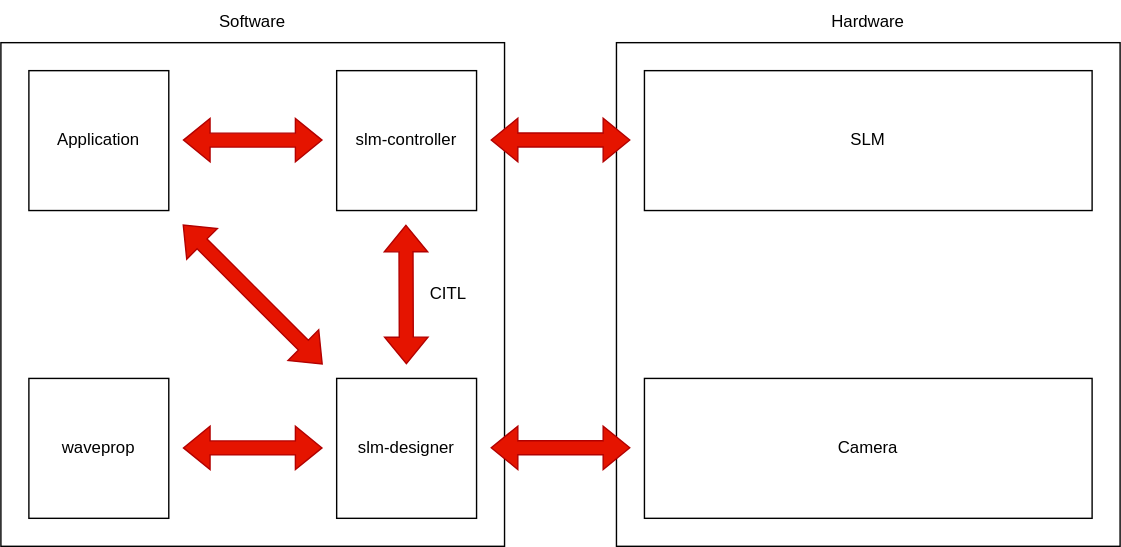
The draw.io diagram documentation/images/structure.svg in nbaehler/mask-designer, before a commit. Source tidied: cells renumbered, new cells last; positions are measured from the earlier drawing's top-left corner, leaving out a move shared by most shapes. Its diagram source:
```xml
<mxGraphModel>
  <root>
    <mxCell id="0" />
    <mxCell id="1" parent="0" />
    <mxCell id="2" style="rounded=0;whiteSpace=wrap;html=1;fillColor=none;" parent="1" vertex="1">
      <mxGeometry y="30" width="360" height="360" as="geometry" />
    </mxCell>
    <mxCell id="3" style="shape=flexArrow;endArrow=classic;startArrow=classic;html=1;rounded=0;fillColor=#e51400;strokeColor=#B20000;" parent="1" edge="1">
      <mxGeometry relative="1" as="geometry">
        <mxPoint x="289.8" y="260" as="sourcePoint" />
        <mxPoint x="289.5" y="160" as="targetPoint" />
      </mxGeometry>
    </mxCell>
    <mxCell id="4" style="shape=flexArrow;endArrow=classic;startArrow=classic;html=1;rounded=0;fillColor=#e51400;strokeColor=#B20000;" parent="1" edge="1">
      <mxGeometry relative="1" as="geometry">
        <mxPoint x="230" y="99.7" as="sourcePoint" />
        <mxPoint x="130" y="99.7" as="targetPoint" />
      </mxGeometry>
    </mxCell>
    <mxCell id="5" style="shape=flexArrow;endArrow=classic;startArrow=classic;html=1;rounded=0;fillColor=#e51400;strokeColor=#B20000;" parent="1" edge="1">
      <mxGeometry relative="1" as="geometry">
        <mxPoint x="230" y="319.7" as="sourcePoint" />
        <mxPoint x="130" y="319.7" as="targetPoint" />
      </mxGeometry>
    </mxCell>
    <mxCell id="6" style="shape=flexArrow;endArrow=classic;startArrow=classic;html=1;rounded=0;fillColor=#e51400;strokeColor=#B20000;" parent="1" edge="1">
      <mxGeometry relative="1" as="geometry">
        <mxPoint x="230" y="260" as="sourcePoint" />
        <mxPoint x="130" y="160" as="targetPoint" />
      </mxGeometry>
    </mxCell>
    <mxCell id="7" value="CITL" style="text;html=1;strokeColor=none;fillColor=none;align=center;verticalAlign=middle;whiteSpace=wrap;rounded=0;" parent="1" vertex="1">
      <mxGeometry x="290" y="195" width="60" height="30" as="geometry" />
    </mxCell>
    <mxCell id="8" value="Application" style="text;html=1;strokeColor=default;fillColor=none;align=center;verticalAlign=middle;whiteSpace=wrap;rounded=0;" parent="1" vertex="1">
      <mxGeometry x="20" y="50" width="100" height="100" as="geometry" />
    </mxCell>
    <mxCell id="9" value="slm-controller" style="text;html=1;strokeColor=default;fillColor=none;align=center;verticalAlign=middle;whiteSpace=wrap;rounded=0;" parent="1" vertex="1">
      <mxGeometry x="240" y="50" width="100" height="100" as="geometry" />
    </mxCell>
    <mxCell id="10" value="slm-designer" style="text;html=1;strokeColor=default;fillColor=none;align=center;verticalAlign=middle;whiteSpace=wrap;rounded=0;" parent="1" vertex="1">
      <mxGeometry x="240" y="270" width="100" height="100" as="geometry" />
    </mxCell>
    <mxCell id="11" value="waveprop" style="text;html=1;strokeColor=default;fillColor=none;align=center;verticalAlign=middle;whiteSpace=wrap;rounded=0;" parent="1" vertex="1">
      <mxGeometry x="20" y="270" width="100" height="100" as="geometry" />
    </mxCell>
    <mxCell id="12" style="rounded=0;whiteSpace=wrap;html=1;fillColor=none;" parent="1" vertex="1">
      <mxGeometry x="440" y="30" width="360" height="360" as="geometry" />
    </mxCell>
    <mxCell id="13" value="SLM" style="text;html=1;strokeColor=default;fillColor=none;align=center;verticalAlign=middle;whiteSpace=wrap;rounded=0;" parent="1" vertex="1">
      <mxGeometry x="460" y="50" width="320" height="100" as="geometry" />
    </mxCell>
    <mxCell id="14" value="Camera" style="text;html=1;strokeColor=default;fillColor=none;align=center;verticalAlign=middle;whiteSpace=wrap;rounded=0;" parent="1" vertex="1">
      <mxGeometry x="460" y="270" width="320" height="100" as="geometry" />
    </mxCell>
    <mxCell id="15" style="shape=flexArrow;endArrow=classic;startArrow=classic;html=1;rounded=0;fillColor=#e51400;strokeColor=#B20000;" parent="1" edge="1">
      <mxGeometry relative="1" as="geometry">
        <mxPoint x="450" y="99.6" as="sourcePoint" />
        <mxPoint x="350" y="99.6" as="targetPoint" />
      </mxGeometry>
    </mxCell>
    <mxCell id="16" style="shape=flexArrow;endArrow=classic;startArrow=classic;html=1;rounded=0;fillColor=#e51400;strokeColor=#B20000;" parent="1" edge="1">
      <mxGeometry relative="1" as="geometry">
        <mxPoint x="450" y="319.6" as="sourcePoint" />
        <mxPoint x="350" y="319.6" as="targetPoint" />
      </mxGeometry>
    </mxCell>
    <mxCell id="17" value="Software" style="text;html=1;strokeColor=none;fillColor=none;align=center;verticalAlign=middle;whiteSpace=wrap;rounded=0;" parent="1" vertex="1">
      <mxGeometry x="150" width="60" height="30" as="geometry" />
    </mxCell>
    <mxCell id="18" value="Hardware" style="text;html=1;strokeColor=none;fillColor=none;align=center;verticalAlign=middle;whiteSpace=wrap;rounded=0;" parent="1" vertex="1">
      <mxGeometry x="590" width="60" height="30" as="geometry" />
    </mxCell>
  </root>
</mxGraphModel>
```
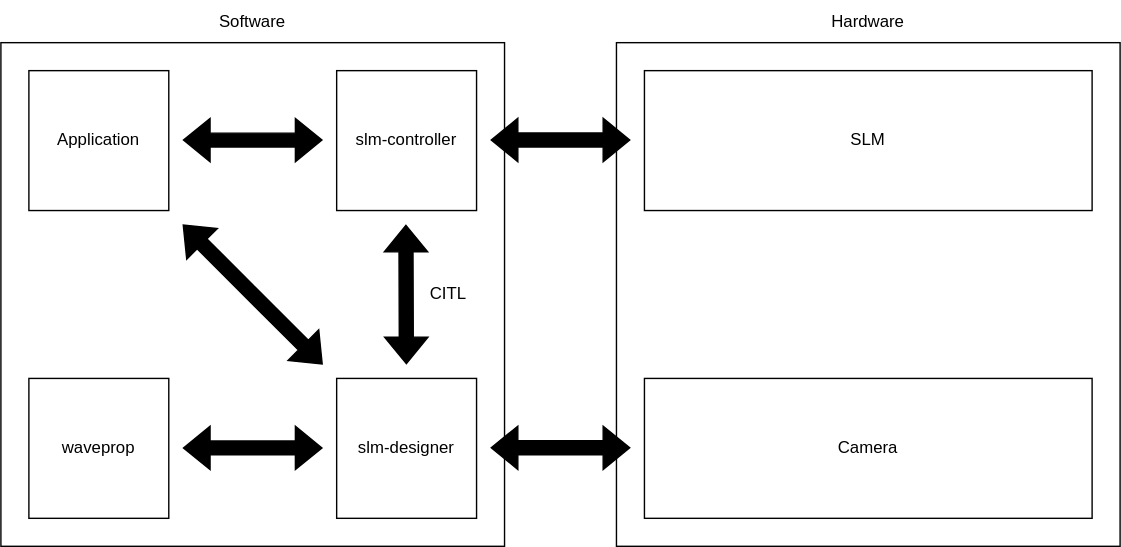
After the commit.

The edit, as a diff of the source:
```diff
@@ -5,25 +5,25 @@
     <mxCell id="2" style="rounded=0;whiteSpace=wrap;html=1;fillColor=none;" parent="1" vertex="1">
       <mxGeometry y="30" width="360" height="360" as="geometry" />
     </mxCell>
-    <mxCell id="3" style="shape=flexArrow;endArrow=classic;startArrow=classic;html=1;rounded=0;fillColor=#e51400;strokeColor=#B20000;" parent="1" edge="1">
+    <mxCell id="3" style="shape=flexArrow;endArrow=classic;startArrow=classic;html=1;rounded=0;fillColor=#000000;" parent="1" edge="1">
       <mxGeometry relative="1" as="geometry">
         <mxPoint x="289.8" y="260" as="sourcePoint" />
         <mxPoint x="289.5" y="160" as="targetPoint" />
       </mxGeometry>
     </mxCell>
-    <mxCell id="4" style="shape=flexArrow;endArrow=classic;startArrow=classic;html=1;rounded=0;fillColor=#e51400;strokeColor=#B20000;" parent="1" edge="1">
+    <mxCell id="4" style="shape=flexArrow;endArrow=classic;startArrow=classic;html=1;rounded=0;fillColor=#000000;" parent="1" edge="1">
       <mxGeometry relative="1" as="geometry">
         <mxPoint x="230" y="99.7" as="sourcePoint" />
         <mxPoint x="130" y="99.7" as="targetPoint" />
       </mxGeometry>
     </mxCell>
-    <mxCell id="5" style="shape=flexArrow;endArrow=classic;startArrow=classic;html=1;rounded=0;fillColor=#e51400;strokeColor=#B20000;" parent="1" edge="1">
+    <mxCell id="5" style="shape=flexArrow;endArrow=classic;startArrow=classic;html=1;rounded=0;fillColor=#000000;" parent="1" edge="1">
       <mxGeometry relative="1" as="geometry">
         <mxPoint x="230" y="319.7" as="sourcePoint" />
         <mxPoint x="130" y="319.7" as="targetPoint" />
       </mxGeometry>
     </mxCell>
-    <mxCell id="6" style="shape=flexArrow;endArrow=classic;startArrow=classic;html=1;rounded=0;fillColor=#e51400;strokeColor=#B20000;" parent="1" edge="1">
+    <mxCell id="6" style="shape=flexArrow;endArrow=classic;startArrow=classic;html=1;rounded=0;fillColor=#000000;" parent="1" edge="1">
       <mxGeometry relative="1" as="geometry">
         <mxPoint x="230" y="260" as="sourcePoint" />
         <mxPoint x="130" y="160" as="targetPoint" />
@@ -53,13 +53,13 @@
     <mxCell id="14" value="Camera" style="text;html=1;strokeColor=default;fillColor=none;align=center;verticalAlign=middle;whiteSpace=wrap;rounded=0;" parent="1" vertex="1">
       <mxGeometry x="460" y="270" width="320" height="100" as="geometry" />
     </mxCell>
-    <mxCell id="15" style="shape=flexArrow;endArrow=classic;startArrow=classic;html=1;rounded=0;fillColor=#e51400;strokeColor=#B20000;" parent="1" edge="1">
+    <mxCell id="15" style="shape=flexArrow;endArrow=classic;startArrow=classic;html=1;rounded=0;fillColor=#000000;" parent="1" edge="1">
       <mxGeometry relative="1" as="geometry">
         <mxPoint x="450" y="99.6" as="sourcePoint" />
         <mxPoint x="350" y="99.6" as="targetPoint" />
       </mxGeometry>
     </mxCell>
-    <mxCell id="16" style="shape=flexArrow;endArrow=classic;startArrow=classic;html=1;rounded=0;fillColor=#e51400;strokeColor=#B20000;" parent="1" edge="1">
+    <mxCell id="16" style="shape=flexArrow;endArrow=classic;startArrow=classic;html=1;rounded=0;fillColor=#000000;" parent="1" edge="1">
       <mxGeometry relative="1" as="geometry">
         <mxPoint x="450" y="319.6" as="sourcePoint" />
         <mxPoint x="350" y="319.6" as="targetPoint" />
```
